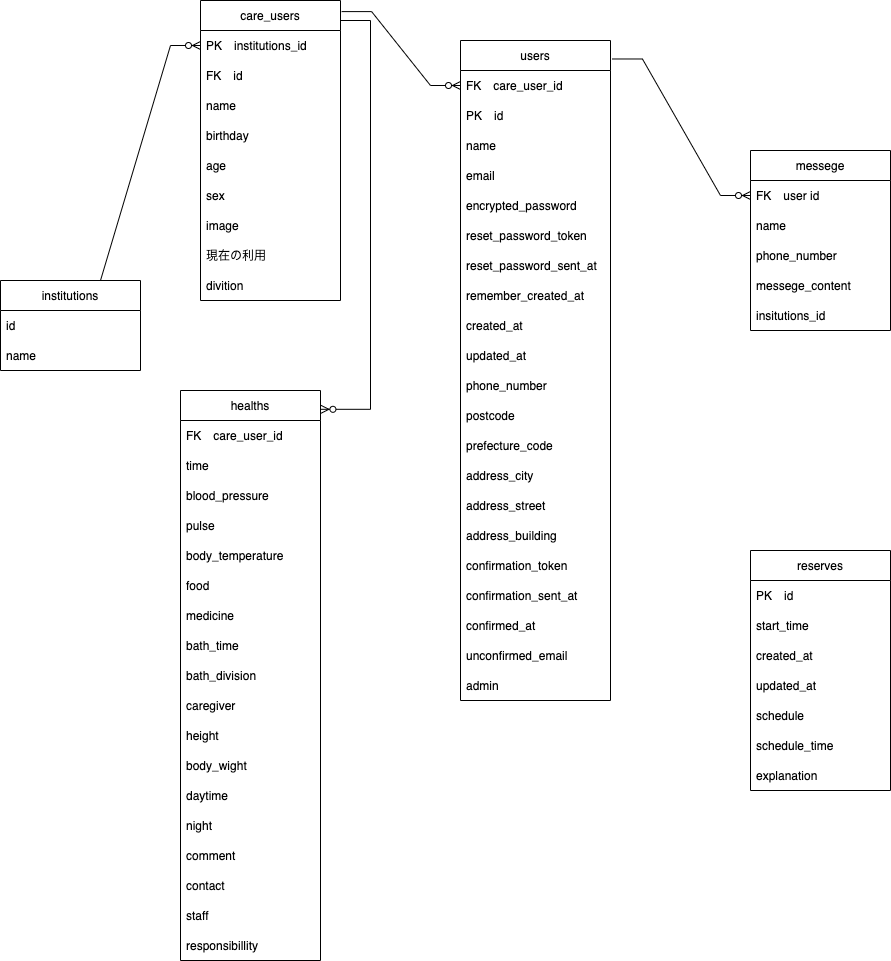
Earlier version of the draw.io export ER図.png (tadao050707/rika_san_app). Source tidied: cells renumbered, new cells last; positions are measured from the earlier drawing's top-left corner, leaving out a move shared by most shapes.
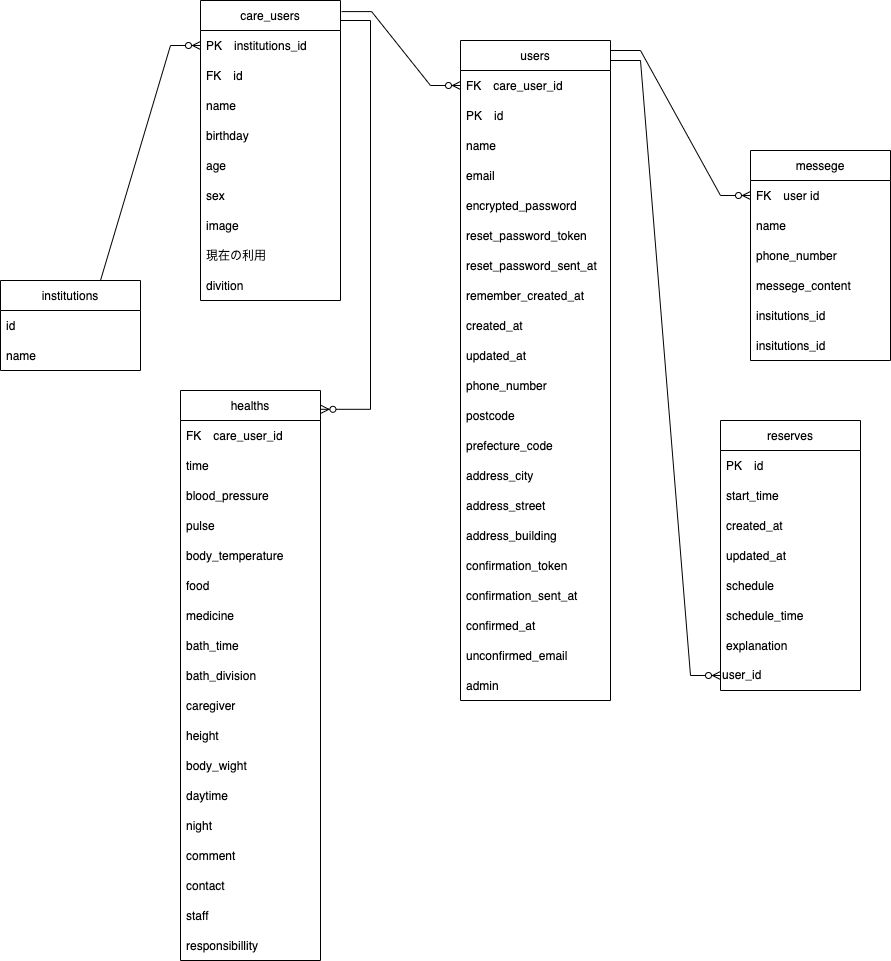
Later version of the same file.

What changed in the source:
```diff
@@ -165,7 +165,7 @@
       <mxGeometry y="540" width="140" height="30" as="geometry" />
     </mxCell>
     <mxCell id="56" value="reserves" style="swimlane;fontStyle=0;horizontal=1;startSize=30;" parent="1" vertex="1">
-      <mxGeometry x="750" y="550" width="140" height="240" as="geometry" />
+      <mxGeometry x="720" y="420" width="140" height="270" as="geometry" />
     </mxCell>
     <mxCell id="57" value="PK　id" style="text;strokeColor=none;fillColor=none;align=left;verticalAlign=middle;spacingLeft=4;spacingRight=4;overflow=hidden;" parent="56" vertex="1">
       <mxGeometry y="30" width="140" height="30" as="geometry" />
@@ -188,8 +188,11 @@
     <mxCell id="63" value="explanation" style="text;strokeColor=none;fillColor=none;align=left;verticalAlign=middle;spacingLeft=4;spacingRight=4;overflow=hidden;" parent="56" vertex="1">
       <mxGeometry y="210" width="140" height="30" as="geometry" />
     </mxCell>
+    <mxCell id="74" value="user_id" style="text;html=1;strokeColor=none;fillColor=none;align=left;verticalAlign=middle;whiteSpace=wrap;rounded=0;" parent="56" vertex="1">
+      <mxGeometry y="240" width="140" height="30" as="geometry" />
+    </mxCell>
     <mxCell id="64" value="messege" style="swimlane;fontStyle=0;horizontal=1;startSize=30;" parent="1" vertex="1">
-      <mxGeometry x="750" y="150" width="140" height="180" as="geometry" />
+      <mxGeometry x="750" y="150" width="140" height="210" as="geometry" />
     </mxCell>
     <mxCell id="65" value="FK　user id" style="text;strokeColor=none;fillColor=none;align=left;verticalAlign=middle;spacingLeft=4;spacingRight=4;overflow=hidden;points=[[0,0.5],[1,0.5]];portConstraint=eastwest;" parent="64" vertex="1">
       <mxGeometry y="30" width="140" height="30" as="geometry" />
@@ -203,8 +206,11 @@
     <mxCell id="68" value="messege_content" style="text;strokeColor=none;fillColor=none;align=left;verticalAlign=middle;spacingLeft=4;spacingRight=4;overflow=hidden;" parent="64" vertex="1">
       <mxGeometry y="120" width="140" height="30" as="geometry" />
     </mxCell>
+    <mxCell id="75" value="insitutions_id" style="text;strokeColor=none;fillColor=none;align=left;verticalAlign=middle;spacingLeft=4;spacingRight=4;overflow=hidden;" parent="64" vertex="1">
+      <mxGeometry y="150" width="140" height="30" as="geometry" />
+    </mxCell>
     <mxCell id="69" value="insitutions_id" style="text;strokeColor=none;fillColor=none;align=left;verticalAlign=middle;spacingLeft=4;spacingRight=4;overflow=hidden;" parent="64" vertex="1">
-      <mxGeometry y="150" width="140" height="30" as="geometry" />
+      <mxGeometry y="180" width="140" height="30" as="geometry" />
     </mxCell>
     <mxCell id="70" style="edgeStyle=entityRelationEdgeStyle;fontSize=12;html=1;endArrow=ERzeroToMany;endFill=1;rounded=0;entryX=0;entryY=0.5;entryDx=0;entryDy=0;exitX=1.008;exitY=0.037;exitDx=0;exitDy=0;exitPerimeter=0;" parent="1" edge="1" source="27" target="6">
       <mxGeometry relative="1" as="geometry" />
@@ -219,8 +225,15 @@
         <mxPoint x="340" y="20" as="sourcePoint" />
       </mxGeometry>
     </mxCell>
-    <mxCell id="73" style="edgeStyle=entityRelationEdgeStyle;fontSize=12;html=1;endArrow=ERzeroToMany;endFill=1;rounded=0;exitX=1.013;exitY=0.028;exitDx=0;exitDy=0;exitPerimeter=0;entryX=0;entryY=0.5;entryDx=0;entryDy=0;" parent="1" edge="1" source="5" target="65">
-      <mxGeometry relative="1" as="geometry" />
+    <mxCell id="73" style="edgeStyle=entityRelationEdgeStyle;fontSize=12;html=1;endArrow=ERzeroToMany;endFill=1;rounded=0;entryX=0;entryY=0.5;entryDx=0;entryDy=0;" parent="1" edge="1" target="65">
+      <mxGeometry relative="1" as="geometry">
+        <mxPoint x="610" y="50" as="sourcePoint" />
+      </mxGeometry>
     </mxCell>
+    <mxCell id="76" style="edgeStyle=entityRelationEdgeStyle;fontSize=12;html=1;endArrow=ERzeroToMany;endFill=1;rounded=0;entryX=0;entryY=0.5;entryDx=0;entryDy=0;" parent="1" edge="1" target="74">
+      <mxGeometry relative="1" as="geometry">
+        <mxPoint x="610" y="60" as="sourcePoint" />
+      </mxGeometry>
+    </mxCell>
   </root>
 </mxGraphModel>
```
